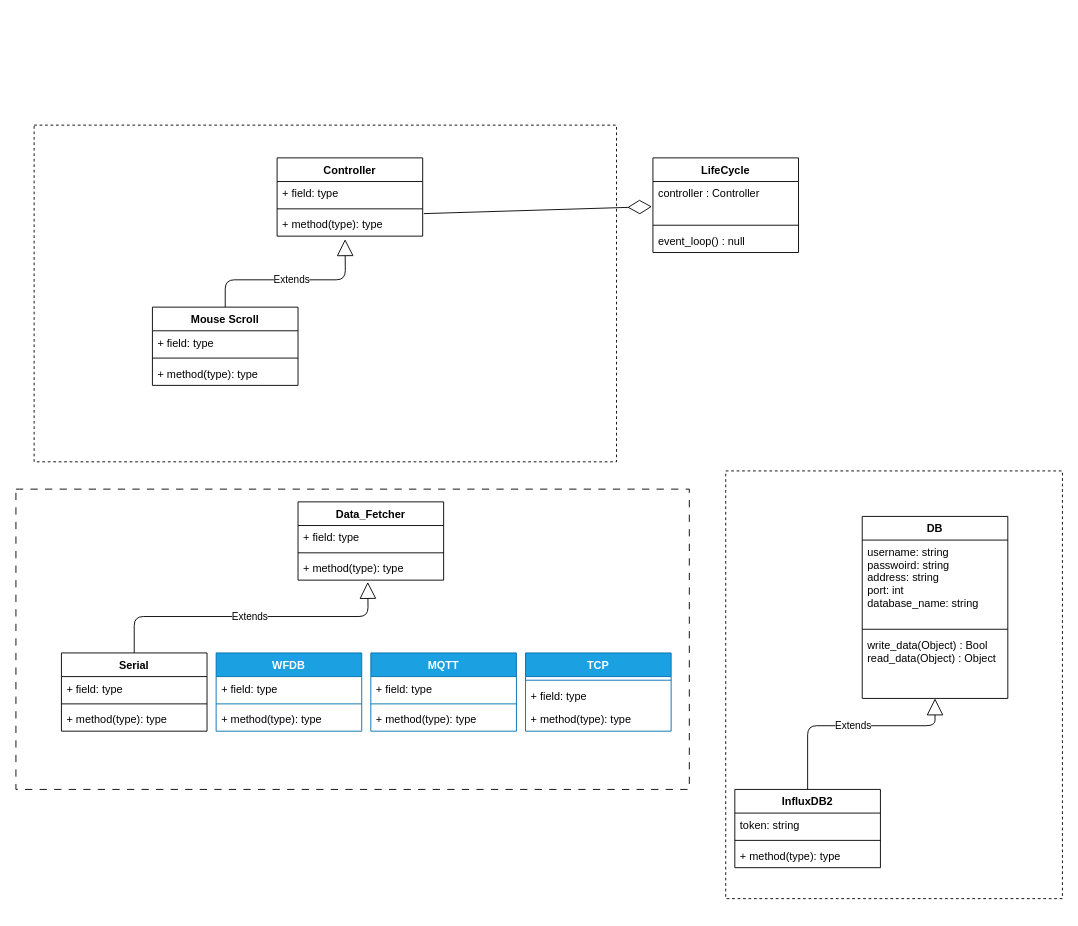
Das-Horn/BIOSLAM-Project keeps this draw.io diagram as UML.drawio. Above is the earlier version. Source tidied: cells renumbered, new cells numbered last; positions are measured from the earlier drawing's top-left corner, leaving out a move shared by most shapes. Both pictures are drawn from the tidied source at 91%, with x=0, y=0 at pixel (15, 125).
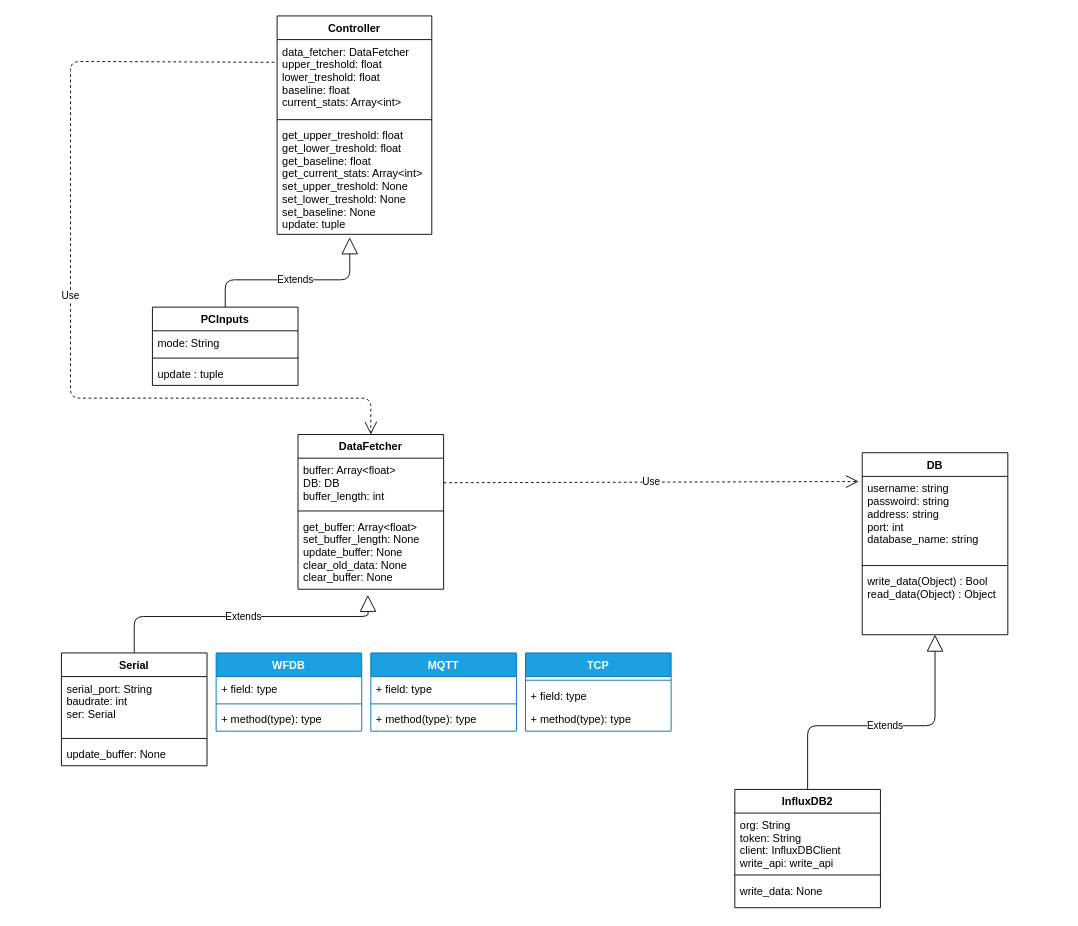
Above is the later version.

Commit message (it also covers changes not shown here):
UML Diagram update

Unchanged cells that the change refers to:
```xml
<mxCell id="10" value="username: string&#10;passwoird: string&#10;address: string&#10;port: int&#10;database_name: string" style="text;strokeColor=none;fillColor=none;align=left;verticalAlign=top;spacingLeft=4;spacingRight=4;overflow=hidden;points=[[0,0.5],[1,0.5]];portConstraint=eastwest;" parent="9" vertex="1">
  <mxGeometry y="26" width="160" height="94" as="geometry" />
</mxCell>
```

Diff of the diagram source:
```diff
@@
-    <mxCell id="2" style="rounded=0;whiteSpace=wrap;html=1;fillColor=none;dashed=1;dashPattern=8 8;" parent="1" vertex="1">
-      <mxGeometry y="400" width="740" height="330" as="geometry" />
-    </mxCell>
-    <mxCell id="3" style="rounded=0;whiteSpace=wrap;html=1;dashed=1;fillColor=none;" parent="1" vertex="1">
-      <mxGeometry x="780" y="380" width="370" height="470" as="geometry" />
-    </mxCell>
-    <mxCell id="4" style="rounded=0;whiteSpace=wrap;html=1;fillColor=none;dashed=1;" parent="1" vertex="1">
-      <mxGeometry x="20" width="640" height="370" as="geometry" />
-    </mxCell>
-    <mxCell id="5" value="LifeCycle" style="swimlane;fontStyle=1;align=center;verticalAlign=top;horizontal=1;startSize=26;" parent="1" vertex="1">
-      <mxGeometry x="700" y="36" width="160" height="104" as="geometry" />
-    </mxCell>
-    <mxCell id="6" value="controller : Controller" style="text;strokeColor=none;fillColor=none;align=left;verticalAlign=top;spacingLeft=4;spacingRight=4;overflow=hidden;points=[[0,0.5],[1,0.5]];portConstraint=eastwest;" parent="5" vertex="1">
-      <mxGeometry y="26" width="160" height="44" as="geometry" />
-    </mxCell>
-    <mxCell id="7" style="line;strokeWidth=1;fillColor=none;align=left;verticalAlign=middle;spacingTop=-1;spacingLeft=3;spacingRight=3;labelPosition=right;strokeColor=inherit;" parent="5" vertex="1">
-      <mxGeometry y="70" width="160" height="8" as="geometry" />
-    </mxCell>
-    <mxCell id="8" value="event_loop() : null" style="text;strokeColor=none;fillColor=none;align=left;verticalAlign=top;spacingLeft=4;spacingRight=4;overflow=hidden;" parent="5" vertex="1">
-      <mxGeometry y="78" width="160" height="26" as="geometry" />
-    </mxCell>
     <mxCell id="9" value="DB" style="swimlane;fontStyle=1;align=center;verticalAlign=top;horizontal=1;startSize=26;" parent="1" vertex="1">
-      <mxGeometry x="930" y="430" width="160" height="200" as="geometry" />
+      <mxGeometry x="930" y="360" width="160" height="200" as="geometry" />
     </mxCell>
@@
     <mxCell id="13" value="InfluxDB2" style="swimlane;fontStyle=1;align=center;verticalAlign=top;horizontal=1;startSize=26;" parent="1" vertex="1">
-      <mxGeometry x="790" y="730" width="160" height="86" as="geometry" />
+      <mxGeometry x="790" y="730" width="160" height="130" as="geometry" />
     </mxCell>
-    <mxCell id="14" value="token: string" style="text;strokeColor=none;fillColor=none;align=left;verticalAlign=top;spacingLeft=4;spacingRight=4;overflow=hidden;" parent="13" vertex="1">
-      <mxGeometry y="26" width="160" height="26" as="geometry" />
+    <mxCell id="14" value="org: String&#10;token: String&#10;client: InfluxDBClient&#10;write_api: write_api" style="text;strokeColor=none;fillColor=none;align=left;verticalAlign=top;spacingLeft=4;spacingRight=4;overflow=hidden;" parent="13" vertex="1">
+      <mxGeometry y="26" width="160" height="64" as="geometry" />
     </mxCell>
     <mxCell id="15" style="line;strokeWidth=1;fillColor=none;align=left;verticalAlign=middle;spacingTop=-1;spacingLeft=3;spacingRight=3;labelPosition=right;strokeColor=inherit;" parent="13" vertex="1">
-      <mxGeometry y="52" width="160" height="8" as="geometry" />
+      <mxGeometry y="90" width="160" height="8" as="geometry" />
     </mxCell>
-    <mxCell id="16" value="+ method(type): type" style="text;strokeColor=none;fillColor=none;align=left;verticalAlign=top;spacingLeft=4;spacingRight=4;overflow=hidden;" parent="13" vertex="1">
-      <mxGeometry y="60" width="160" height="26" as="geometry" />
+    <mxCell id="16" value="write_data: None" style="text;strokeColor=none;fillColor=none;align=left;verticalAlign=top;spacingLeft=4;spacingRight=4;overflow=hidden;" parent="13" vertex="1">
+      <mxGeometry y="98" width="160" height="32" as="geometry" />
     </mxCell>
@@
     <mxCell id="18" value="Controller" style="swimlane;fontStyle=1;align=center;verticalAlign=top;horizontal=1;startSize=26;" parent="1" vertex="1">
-      <mxGeometry x="287" y="36" width="160" height="86" as="geometry" />
+      <mxGeometry x="287" y="-120" width="170" height="240" as="geometry" />
     </mxCell>
-    <mxCell id="19" value="+ field: type" style="text;strokeColor=none;fillColor=none;align=left;verticalAlign=top;spacingLeft=4;spacingRight=4;overflow=hidden;points=[[0,0.5],[1,0.5]];portConstraint=eastwest;" parent="18" vertex="1">
-      <mxGeometry y="26" width="160" height="26" as="geometry" />
+    <mxCell id="19" value="data_fetcher: DataFetcher&#10;upper_treshold: float&#10;lower_treshold: float&#10;baseline: float&#10;current_stats: Array&lt;int&gt;&#10;" style="text;strokeColor=none;fillColor=none;align=left;verticalAlign=top;spacingLeft=4;spacingRight=4;overflow=hidden;points=[[0,0.5],[1,0.5]];portConstraint=eastwest;" parent="18" vertex="1">
+      <mxGeometry y="26" width="170" height="84" as="geometry" />
     </mxCell>
     <mxCell id="20" style="line;strokeWidth=1;fillColor=none;align=left;verticalAlign=middle;spacingTop=-1;spacingLeft=3;spacingRight=3;labelPosition=right;strokeColor=inherit;" parent="18" vertex="1">
-      <mxGeometry y="52" width="160" height="8" as="geometry" />
+      <mxGeometry y="110" width="170" height="8" as="geometry" />
     </mxCell>
-    <mxCell id="21" value="+ method(type): type" style="text;strokeColor=none;fillColor=none;align=left;verticalAlign=top;spacingLeft=4;spacingRight=4;overflow=hidden;points=[[0,0.5],[1,0.5]];portConstraint=eastwest;" parent="18" vertex="1">
-      <mxGeometry y="60" width="160" height="26" as="geometry" />
+    <mxCell id="21" value="get_upper_treshold: float&#10;get_lower_treshold: float&#10;get_baseline: float&#10;get_current_stats: Array&lt;int&gt;&#10;set_upper_treshold: None&#10;set_lower_treshold: None&#10;set_baseline: None&#10;update: tuple" style="text;strokeColor=none;fillColor=none;align=left;verticalAlign=top;spacingLeft=4;spacingRight=4;overflow=hidden;points=[[0,0.5],[1,0.5]];portConstraint=eastwest;" parent="18" vertex="1">
+      <mxGeometry y="118" width="170" height="122" as="geometry" />
     </mxCell>
-    <mxCell id="22" value="Mouse Scroll" style="swimlane;fontStyle=1;align=center;verticalAlign=top;horizontal=1;startSize=26;" parent="1" vertex="1">
+    <mxCell id="22" value="PCInputs" style="swimlane;fontStyle=1;align=center;verticalAlign=top;horizontal=1;startSize=26;" parent="1" vertex="1">
       <mxGeometry x="150" y="200" width="160" height="86" as="geometry" />
     </mxCell>
-    <mxCell id="23" value="+ field: type" style="text;strokeColor=none;fillColor=none;align=left;verticalAlign=top;spacingLeft=4;spacingRight=4;overflow=hidden;" parent="22" vertex="1">
+    <mxCell id="23" value="mode: String" style="text;strokeColor=none;fillColor=none;align=left;verticalAlign=top;spacingLeft=4;spacingRight=4;overflow=hidden;" parent="22" vertex="1">
       <mxGeometry y="26" width="160" height="26" as="geometry" />
     </mxCell>
@@
-    <mxCell id="25" value="+ method(type): type" style="text;strokeColor=none;fillColor=none;align=left;verticalAlign=top;spacingLeft=4;spacingRight=4;overflow=hidden;" parent="22" vertex="1">
+    <mxCell id="25" value="update : tuple" style="text;strokeColor=none;fillColor=none;align=left;verticalAlign=top;spacingLeft=4;spacingRight=4;overflow=hidden;" parent="22" vertex="1">
       <mxGeometry y="60" width="160" height="26" as="geometry" />
     </mxCell>
-    <mxCell id="26" style="endArrow=diamondThin;endFill=0;endSize=24;html=1;entryX=-0.007;entryY=0.627;entryDx=0;entryDy=0;entryPerimeter=0;exitX=1.008;exitY=0.048;exitDx=0;exitDy=0;exitPerimeter=0;" parent="1" edge="1" source="21" target="6">
-      <mxGeometry relative="1" as="geometry" />
-    </mxCell>
-    <mxCell id="27" value="Data_Fetcher" style="swimlane;fontStyle=1;align=center;verticalAlign=top;horizontal=1;startSize=26;" parent="1" vertex="1">
-      <mxGeometry x="310" y="414" width="160" height="86" as="geometry" />
+    <mxCell id="27" value="DataFetcher" style="swimlane;fontStyle=1;align=center;verticalAlign=top;horizontal=1;startSize=26;" parent="1" vertex="1">
+      <mxGeometry x="310" y="340" width="160" height="170" as="geometry" />
     </mxCell>
-    <mxCell id="28" value="+ field: type" style="text;strokeColor=none;fillColor=none;align=left;verticalAlign=top;spacingLeft=4;spacingRight=4;overflow=hidden;points=[[0,0.5],[1,0.5]];portConstraint=eastwest;" parent="27" vertex="1">
-      <mxGeometry y="26" width="160" height="26" as="geometry" />
+    <mxCell id="28" value="buffer: Array&lt;float&gt;&#10;DB: DB&#10;buffer_length: int" style="text;strokeColor=none;fillColor=none;align=left;verticalAlign=top;spacingLeft=4;spacingRight=4;overflow=hidden;points=[[0,0.5],[1,0.5]];portConstraint=eastwest;" parent="27" vertex="1">
+      <mxGeometry y="26" width="160" height="54" as="geometry" />
     </mxCell>
     <mxCell id="29" style="line;strokeWidth=1;fillColor=none;align=left;verticalAlign=middle;spacingTop=-1;spacingLeft=3;spacingRight=3;labelPosition=right;strokeColor=inherit;" parent="27" vertex="1">
-      <mxGeometry y="52" width="160" height="8" as="geometry" />
+      <mxGeometry y="80" width="160" height="8" as="geometry" />
     </mxCell>
-    <mxCell id="30" value="+ method(type): type" style="text;strokeColor=none;fillColor=none;align=left;verticalAlign=top;spacingLeft=4;spacingRight=4;overflow=hidden;points=[[0,0.5],[1,0.5]];portConstraint=eastwest;" parent="27" vertex="1">
-      <mxGeometry y="60" width="160" height="26" as="geometry" />
+    <mxCell id="30" value="get_buffer: Array&lt;float&gt;&#10;set_buffer_length: None&#10;update_buffer: None&#10;clear_old_data: None&#10;clear_buffer: None" style="text;strokeColor=none;fillColor=none;align=left;verticalAlign=top;spacingLeft=4;spacingRight=4;overflow=hidden;points=[[0,0.5],[1,0.5]];portConstraint=eastwest;" parent="27" vertex="1">
+      <mxGeometry y="88" width="160" height="82" as="geometry" />
     </mxCell>
     <mxCell id="31" value="Serial" style="swimlane;fontStyle=1;align=center;verticalAlign=top;horizontal=1;startSize=26;" parent="1" vertex="1">
-      <mxGeometry x="50" y="580" width="160" height="86" as="geometry" />
+      <mxGeometry x="50" y="580" width="160" height="124" as="geometry" />
     </mxCell>
-    <mxCell id="32" value="+ field: type" style="text;strokeColor=none;fillColor=none;align=left;verticalAlign=top;spacingLeft=4;spacingRight=4;overflow=hidden;" parent="31" vertex="1">
-      <mxGeometry y="26" width="160" height="26" as="geometry" />
+    <mxCell id="32" value="serial_port: String&#10;baudrate: int&#10;ser: Serial" style="text;strokeColor=none;fillColor=none;align=left;verticalAlign=top;spacingLeft=4;spacingRight=4;overflow=hidden;" parent="31" vertex="1">
+      <mxGeometry y="26" width="160" height="64" as="geometry" />
     </mxCell>
     <mxCell id="33" style="line;strokeWidth=1;fillColor=none;align=left;verticalAlign=middle;spacingTop=-1;spacingLeft=3;spacingRight=3;labelPosition=right;strokeColor=inherit;" parent="31" vertex="1">
-      <mxGeometry y="52" width="160" height="8" as="geometry" />
+      <mxGeometry y="90" width="160" height="8" as="geometry" />
     </mxCell>
-    <mxCell id="34" value="+ method(type): type" style="text;strokeColor=none;fillColor=none;align=left;verticalAlign=top;spacingLeft=4;spacingRight=4;overflow=hidden;" parent="31" vertex="1">
-      <mxGeometry y="60" width="160" height="26" as="geometry" />
+    <mxCell id="34" value="update_buffer: None" style="text;strokeColor=none;fillColor=none;align=left;verticalAlign=top;spacingLeft=4;spacingRight=4;overflow=hidden;" parent="31" vertex="1">
+      <mxGeometry y="98" width="160" height="26" as="geometry" />
     </mxCell>
@@
-    <mxCell id="48" value="Extends" style="endArrow=block;endSize=16;endFill=0;html=1;exitX=0.5;exitY=0;exitDx=0;exitDy=0;entryX=0.467;entryY=1.129;entryDx=0;entryDy=0;entryPerimeter=0;" parent="1" edge="1" source="22" target="21">
+    <mxCell id="48" value="Extends" style="endArrow=block;endSize=16;endFill=0;html=1;exitX=0.5;exitY=0;exitDx=0;exitDy=0;entryX=0.469;entryY=1.028;entryDx=0;entryDy=0;entryPerimeter=0;" parent="1" edge="1" source="22" target="21">
       <mxGeometry relative="1" as="geometry">
         <Array as="points">
           <mxPoint x="230" y="170" />
-          <mxPoint x="362" y="170" />
+          <mxPoint x="367" y="170" />
         </Array>
       </mxGeometry>
     </mxCell>
+    <mxCell id="49" value="Use" style="endArrow=open;endSize=12;dashed=1;html=1;exitX=-0.018;exitY=0.297;exitDx=0;exitDy=0;exitPerimeter=0;entryX=0.5;entryY=0;entryDx=0;entryDy=0;" parent="1" edge="1" source="19" target="27">
+      <mxGeometry relative="1" as="geometry">
+        <Array as="points">
+          <mxPoint x="60" y="-70" />
+          <mxPoint x="60" y="300" />
+          <mxPoint x="390" y="300" />
+        </Array>
+      </mxGeometry>
+    </mxCell>
+    <mxCell id="50" value="Use" style="endArrow=open;endSize=12;dashed=1;html=1;exitX=1;exitY=0.5;exitDx=0;exitDy=0;entryX=-0.024;entryY=0.06;entryDx=0;entryDy=0;entryPerimeter=0;" parent="1" edge="1" source="28" target="10">
+      <mxGeometry relative="1" as="geometry" />
+    </mxCell>
```
